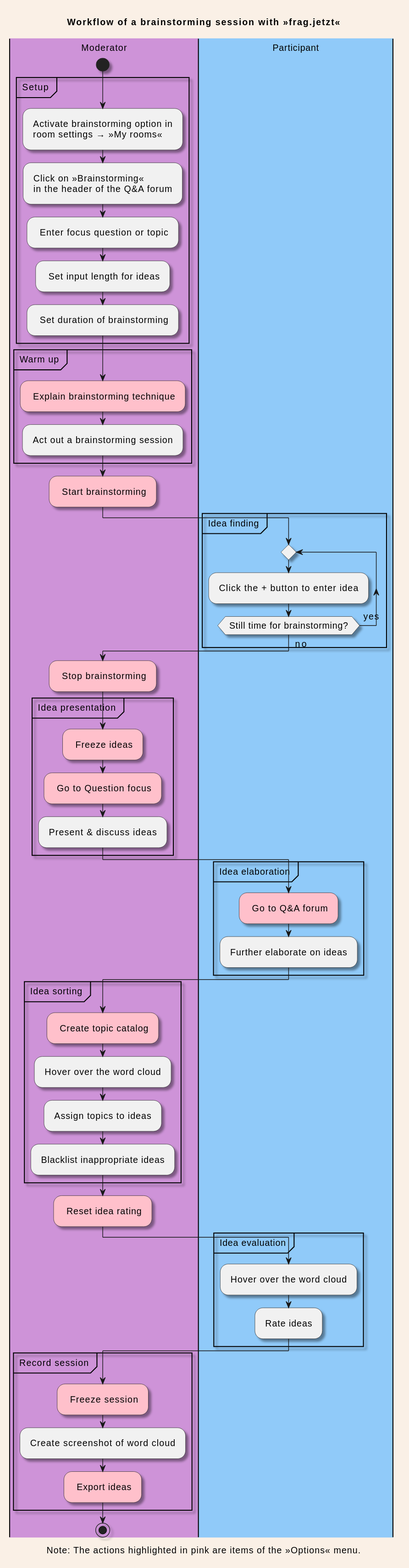
The PlantUML diagram docs/diagrams/activity_diagram_brainstorming.svg in thm-projects/frag.jetzt, before a commit.
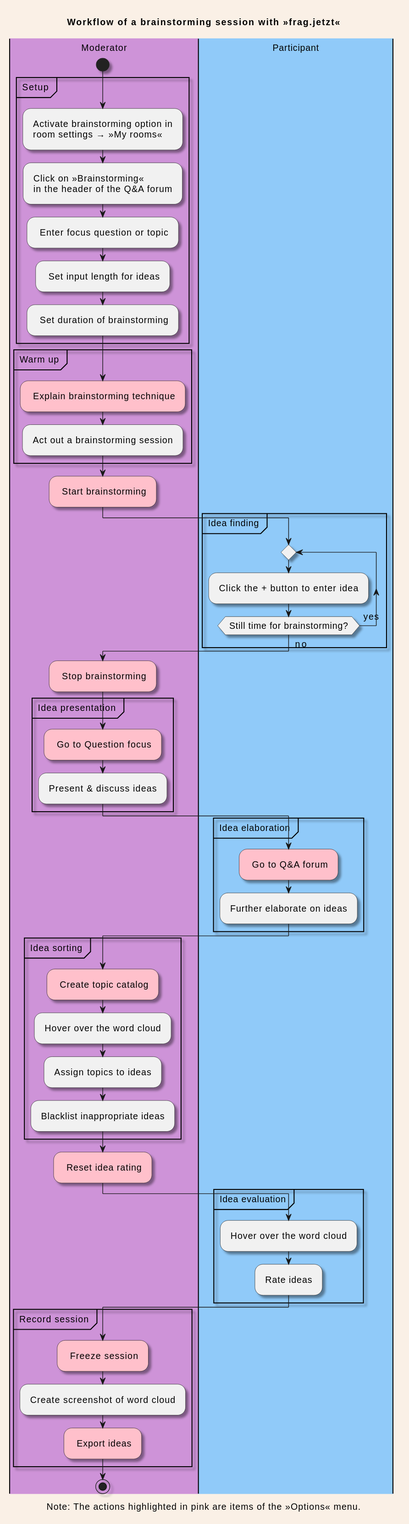
The same file after the commit.

What changed in the source:
```diff
@@ -42,7 +42,6 @@
 #pink: Stop brainstorming;
 
 partition "Idea presentation" {
-#pink: Freeze ideas;
 #pink: Go to Question focus;
 :Present & discuss ideas;
 }
```
